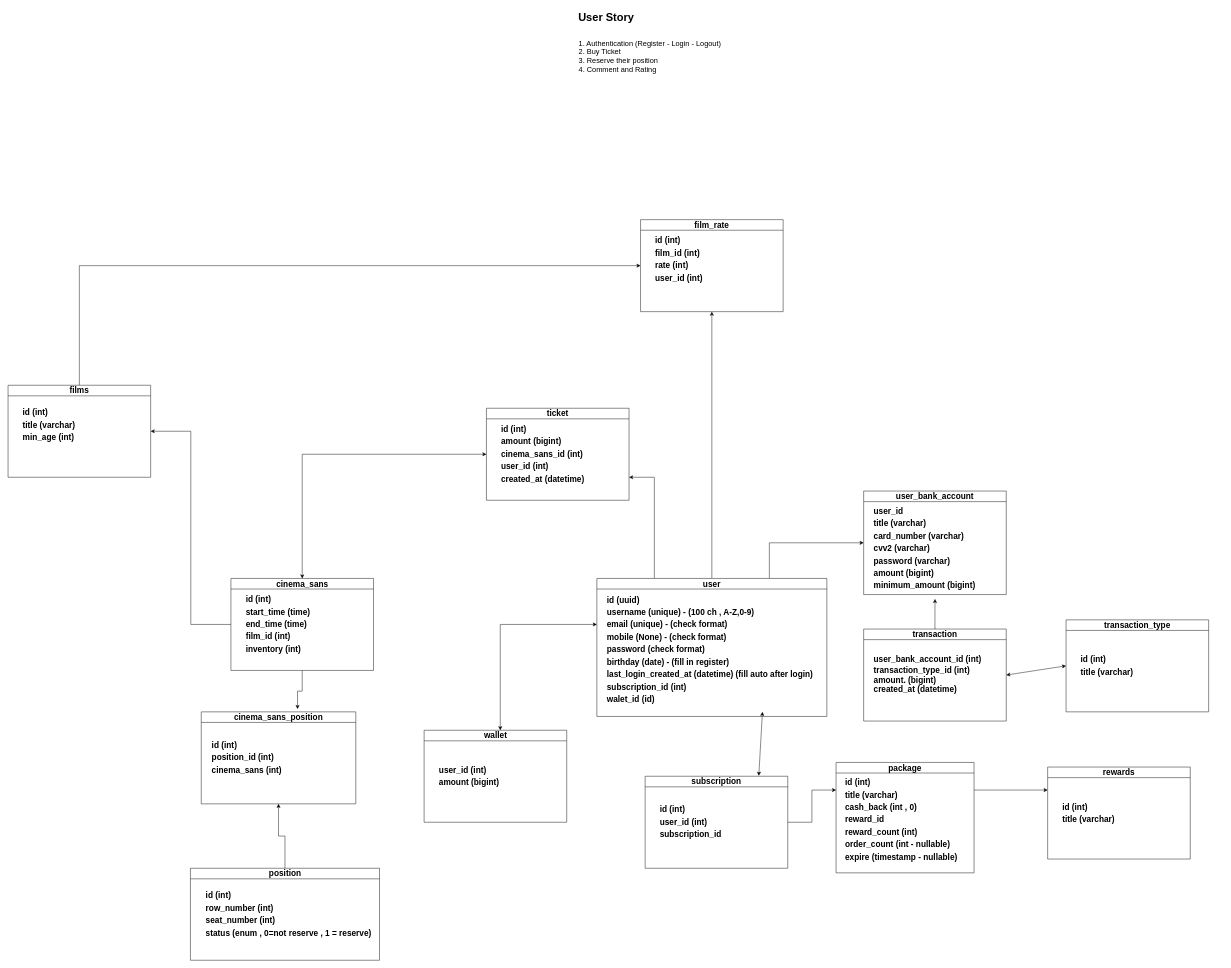
mraghdasi/cinema-ticket keeps this draw.io diagram as cinema-ticket.drawio. Above is the earlier version. Source tidied: cells renumbered, new cells numbered last; positions are measured from the earlier drawing's top-left corner, leaving out a move shared by most shapes. Both pictures are drawn from the tidied source at 46%, with x=0, y=0 at pixel (8, 8).
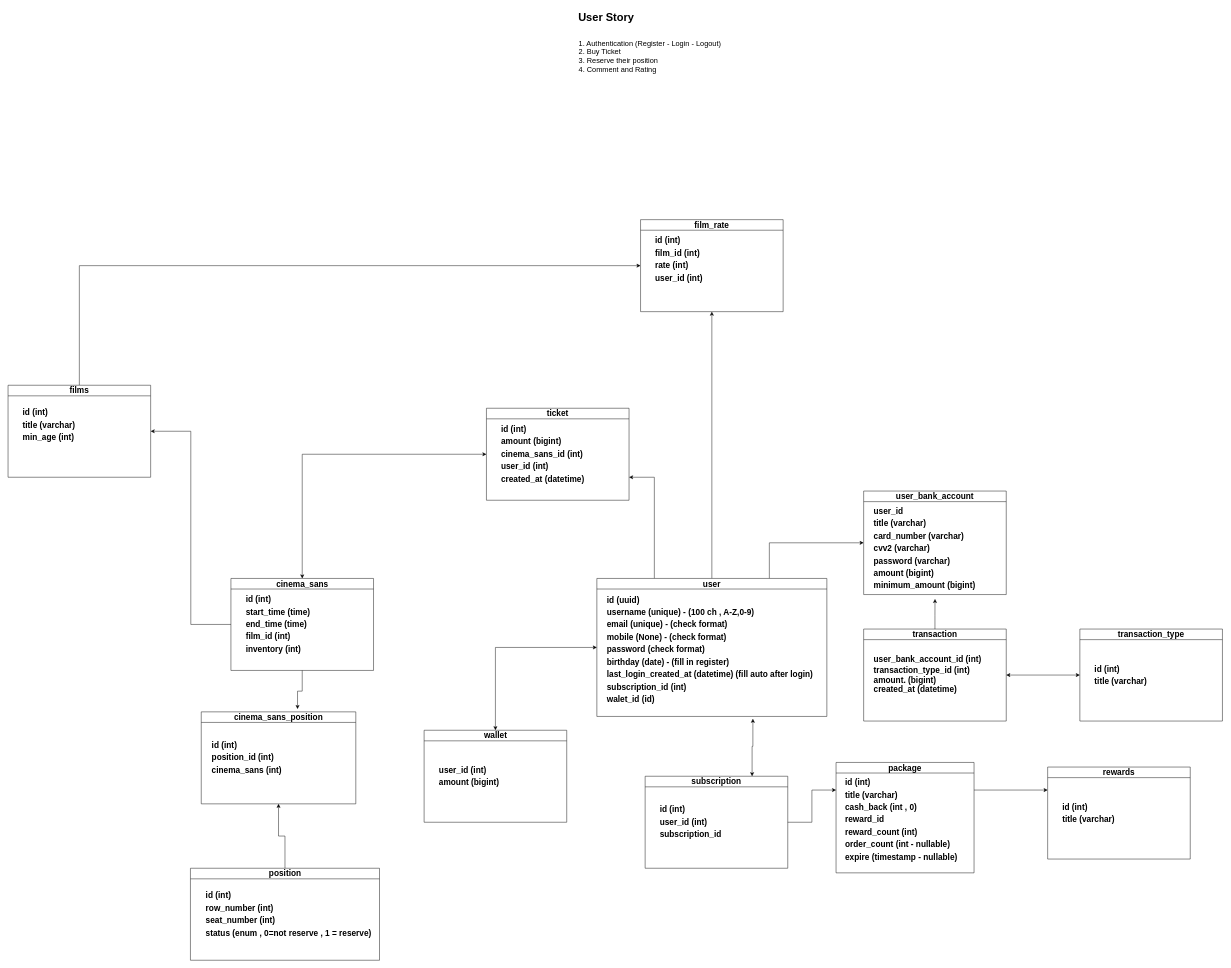
The same page after the edit.

The change refers to these unchanged cells:
```xml
<mxCell id="8" value="&lt;h2&gt;user&lt;/h2&gt;" style="swimlane;whiteSpace=wrap;html=1;" parent="1" vertex="1">
  <mxGeometry x="1280" y="1240" width="500" height="300" as="geometry" />
</mxCell>
<mxCell id="9" value="&lt;h2 style=&quot;border-color: var(--border-color); line-height: 150%;&quot;&gt;id (uuid)&lt;br&gt;username (unique) - (100 ch , A-Z,0-9)&lt;br&gt;email (unique) - (check format)&lt;br&gt;mobile (None) - (check format)&lt;br&gt;password (check format)&lt;br&gt;birthday (date) - (fill in register)&lt;br&gt;last_login_created_at (datetime) (fill auto after login)&amp;nbsp;&lt;br&gt;subscription_id (int)&lt;br&gt;walet_id (id)&lt;/h2&gt;" style="text;html=1;align=left;verticalAlign=middle;points=[];strokeColor=none;fillColor=none;" parent="8" vertex="1">
  <mxGeometry x="20" y="10" width="480" height="290" as="geometry" />
</mxCell>
<mxCell id="13" value="&lt;h2&gt;subscription&lt;/h2&gt;" style="swimlane;whiteSpace=wrap;html=1;" parent="1" vertex="1">
  <mxGeometry x="1385" y="1670" width="310" height="200" as="geometry" />
</mxCell>
<mxCell id="15" value="&lt;h2&gt;wallet&lt;/h2&gt;" style="swimlane;whiteSpace=wrap;html=1;" parent="1" vertex="1">
  <mxGeometry x="904.5" y="1570" width="310" height="200" as="geometry" />
</mxCell>
<mxCell id="36" value="&lt;h2&gt;transaction&lt;/h2&gt;" style="swimlane;whiteSpace=wrap;html=1;" parent="1" vertex="1">
  <mxGeometry x="1860" y="1350" width="310" height="200" as="geometry" />
</mxCell>
```

Change to the diagram source:
```diff
@@
+    <mxCell id="47" style="edgeStyle=orthogonalEdgeStyle;rounded=0;jettySize=auto;html=1;exitX=0.5;exitY=0;exitDx=0;exitDy=0;entryX=0;entryY=0.5;entryDx=0;entryDy=0;startArrow=classic;startFill=1;" parent="1" edge="1" source="15" target="8">
+      <mxGeometry relative="1" as="geometry" />
+    </mxCell>
@@
     <mxCell id="34" value="&lt;h2&gt;transaction_type&lt;/h2&gt;" style="swimlane;whiteSpace=wrap;html=1;" parent="1" vertex="1">
-      <mxGeometry x="2300" y="1330" width="310" height="200" as="geometry" />
+      <mxGeometry x="2330" y="1350" width="310" height="200" as="geometry" />
     </mxCell>
@@
+    <mxCell id="41" style="edgeStyle=orthogonalEdgeStyle;rounded=0;jettySize=auto;html=1;exitX=1;exitY=0.5;exitDx=0;exitDy=0;entryX=0;entryY=0.5;entryDx=0;entryDy=0;startArrow=classic;startFill=1;" parent="1" edge="1" source="36" target="34">
+      <mxGeometry relative="1" as="geometry" />
+    </mxCell>
@@
-    <mxCell id="39" style="endArrow=classic;startArrow=classic;html=1;rounded=0;exitX=0.534;exitY=0;exitDx=0;exitDy=0;exitPerimeter=0;" parent="1" edge="1" source="15">
-      <mxGeometry relative="1" as="geometry">
-        <mxPoint x="1280" y="1340" as="targetPoint" />
-        <Array as="points">
-          <mxPoint x="1070" y="1340" />
-        </Array>
-      </mxGeometry>
-    </mxCell>
-    <mxCell id="40" style="endArrow=classic;startArrow=classic;html=1;rounded=0;exitX=0.797;exitY=-0.005;exitDx=0;exitDy=0;exitPerimeter=0;" parent="1" edge="1" source="13">
-      <mxGeometry relative="1" as="geometry">
-        <mxPoint x="1640" y="1530" as="targetPoint" />
-      </mxGeometry>
-    </mxCell>
-    <mxCell id="41" style="endArrow=classic;startArrow=classic;html=1;rounded=0;entryX=0;entryY=0.5;entryDx=0;entryDy=0;exitX=1;exitY=0.5;exitDx=0;exitDy=0;" parent="1" edge="1" source="36" target="34">
-      <mxGeometry relative="1" as="geometry" />
-    </mxCell>
@@
+    <mxCell id="48" style="edgeStyle=orthogonalEdgeStyle;rounded=0;jettySize=auto;html=1;exitX=0.75;exitY=0;exitDx=0;exitDy=0;entryX=0.665;entryY=1.017;entryDx=0;entryDy=0;entryPerimeter=0;startArrow=classic;startFill=1;" parent="1" edge="1" source="13" target="9">
+      <mxGeometry relative="1" as="geometry" />
+    </mxCell>
```
